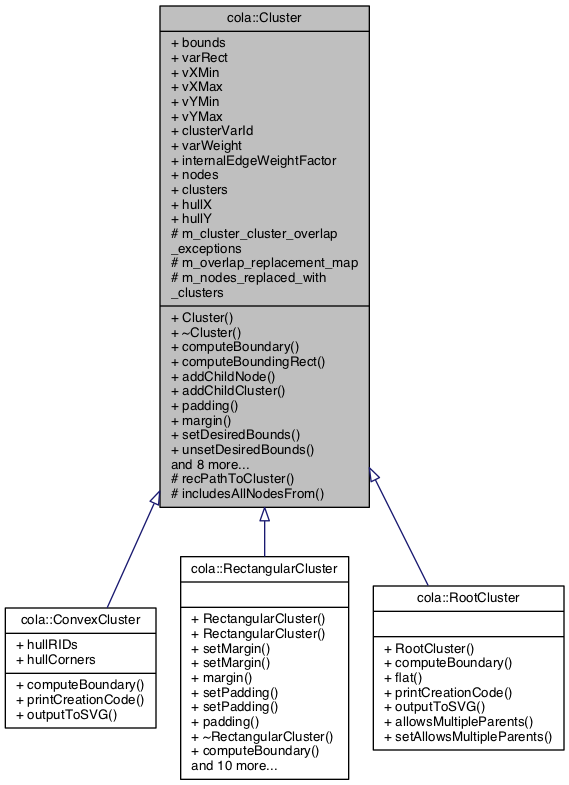
mjwybrow/adaptagrams keeps this Graphviz diagram as documentation/classcola_1_1Cluster__inherit__graph.png. Above is the earlier version. Its source is kept beside it as documentation/classcola_1_1Cluster__inherit__graph.dot.
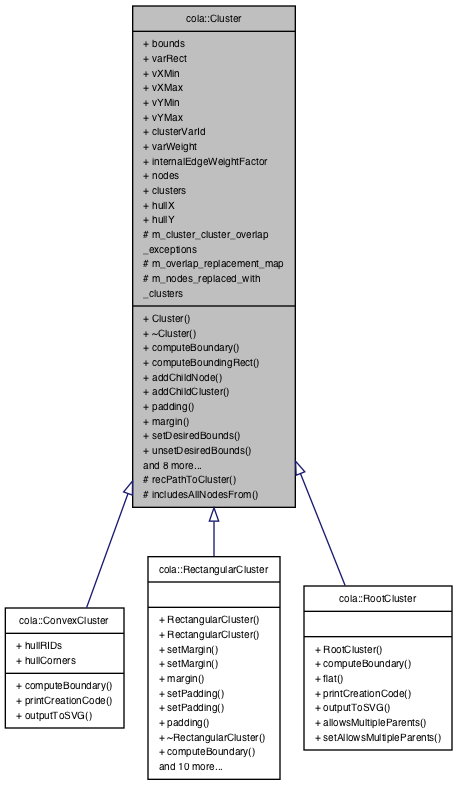
The same diagram one commit later.

The edit, as a diff of the source:
```diff
@@ -2,11 +2,11 @@
 {
   edge [fontname="Helvetica",fontsize="10",labelfontname="Helvetica",labelfontsize="10"];
   node [fontname="Helvetica",fontsize="10",shape=record];
-  Node1 [label="{cola::Cluster\n|+ bounds\l+ varRect\l+ vXMin\l+ vXMax\l+ vYMin\l+ vYMax\l+ clusterVarId\l+ varWeight\l+ internalEdgeWeightFactor\l+ nodes\l+ clusters\l+ hullX\l+ hullY\l# m_cluster_cluster_overlap\l_exceptions\l# m_overlap_replacement_map\l# m_nodes_replaced_with\l_clusters\l|+ Cluster()\l+ ~Cluster()\l+ computeBoundary()\l+ computeBoundingRect()\l+ addChildNode()\l+ addChildCluster()\l+ padding()\l+ margin()\l+ setDesiredBounds()\l+ unsetDesiredBounds()\land 8 more...\l# recPathToCluster()\l# includesAllNodesFrom()\l}",height=0.2,width=0.4,color="black", fillcolor="grey75", style="filled", fontcolor="black"];
-  Node1 -> Node2 [dir="back",color="midnightblue",fontsize="10",style="solid",arrowtail="onormal",fontname="Helvetica"];
-  Node2 [label="{cola::ConvexCluster\n|+ hullRIDs\l+ hullCorners\l|+ computeBoundary()\l+ printCreationCode()\l+ outputToSVG()\l}",height=0.2,width=0.4,color="black", fillcolor="white", style="filled",URL="$classcola_1_1ConvexCluster.html",tooltip="Defines a cluster that will be treated as a convex boundary around the child nodes and clusters..."];
-  Node1 -> Node3 [dir="back",color="midnightblue",fontsize="10",style="solid",arrowtail="onormal",fontname="Helvetica"];
-  Node3 [label="{cola::RectangularCluster\n||+ RectangularCluster()\l+ RectangularCluster()\l+ setMargin()\l+ setMargin()\l+ margin()\l+ setPadding()\l+ setPadding()\l+ padding()\l+ ~RectangularCluster()\l+ computeBoundary()\land 10 more...\l}",height=0.2,width=0.4,color="black", fillcolor="white", style="filled",URL="$classcola_1_1RectangularCluster.html",tooltip="Defines a rectangular cluster, either variable-sized with floating sides or a fixed size based on a p..."];
-  Node1 -> Node4 [dir="back",color="midnightblue",fontsize="10",style="solid",arrowtail="onormal",fontname="Helvetica"];
-  Node4 [label="{cola::RootCluster\n||+ RootCluster()\l+ computeBoundary()\l+ flat()\l+ printCreationCode()\l+ outputToSVG()\l+ allowsMultipleParents()\l+ setAllowsMultipleParents()\l}",height=0.2,width=0.4,color="black", fillcolor="white", style="filled",URL="$classcola_1_1RootCluster.html",tooltip="Holds the cluster hierarchy specification for a diagram. "];
+  Node0 [label="{cola::Cluster\n|+ bounds\l+ varRect\l+ vXMin\l+ vXMax\l+ vYMin\l+ vYMax\l+ clusterVarId\l+ varWeight\l+ internalEdgeWeightFactor\l+ nodes\l+ clusters\l+ hullX\l+ hullY\l# m_cluster_cluster_overlap\l_exceptions\l# m_overlap_replacement_map\l# m_nodes_replaced_with\l_clusters\l|+ Cluster()\l+ ~Cluster()\l+ computeBoundary()\l+ computeBoundingRect()\l+ addChildNode()\l+ addChildCluster()\l+ padding()\l+ margin()\l+ setDesiredBounds()\l+ unsetDesiredBounds()\land 8 more...\l# recPathToCluster()\l# includesAllNodesFrom()\l}",height=0.2,width=0.4,color="black", fillcolor="grey75", style="filled", fontcolor="black"];
+  Node0 -> Node1 [dir="back",color="midnightblue",fontsize="10",style="solid",arrowtail="onormal",fontname="Helvetica"];
+  Node1 [label="{cola::ConvexCluster\n|+ hullRIDs\l+ hullCorners\l|+ computeBoundary()\l+ printCreationCode()\l+ outputToSVG()\l}",height=0.2,width=0.4,color="black", fillcolor="white", style="filled",URL="$classcola_1_1ConvexCluster.html",tooltip="Defines a cluster that will be treated as a convex boundary around the child nodes and clusters..."];
+  Node0 -> Node2 [dir="back",color="midnightblue",fontsize="10",style="solid",arrowtail="onormal",fontname="Helvetica"];
+  Node2 [label="{cola::RectangularCluster\n||+ RectangularCluster()\l+ RectangularCluster()\l+ setMargin()\l+ setMargin()\l+ margin()\l+ setPadding()\l+ setPadding()\l+ padding()\l+ ~RectangularCluster()\l+ computeBoundary()\land 10 more...\l}",height=0.2,width=0.4,color="black", fillcolor="white", style="filled",URL="$classcola_1_1RectangularCluster.html",tooltip="Defines a rectangular cluster, either variable-sized with floating sides or a fixed size based on a p..."];
+  Node0 -> Node3 [dir="back",color="midnightblue",fontsize="10",style="solid",arrowtail="onormal",fontname="Helvetica"];
+  Node3 [label="{cola::RootCluster\n||+ RootCluster()\l+ computeBoundary()\l+ flat()\l+ printCreationCode()\l+ outputToSVG()\l+ allowsMultipleParents()\l+ setAllowsMultipleParents()\l}",height=0.2,width=0.4,color="black", fillcolor="white", style="filled",URL="$classcola_1_1RootCluster.html",tooltip="Holds the cluster hierarchy specification for a diagram. "];
 }
```
